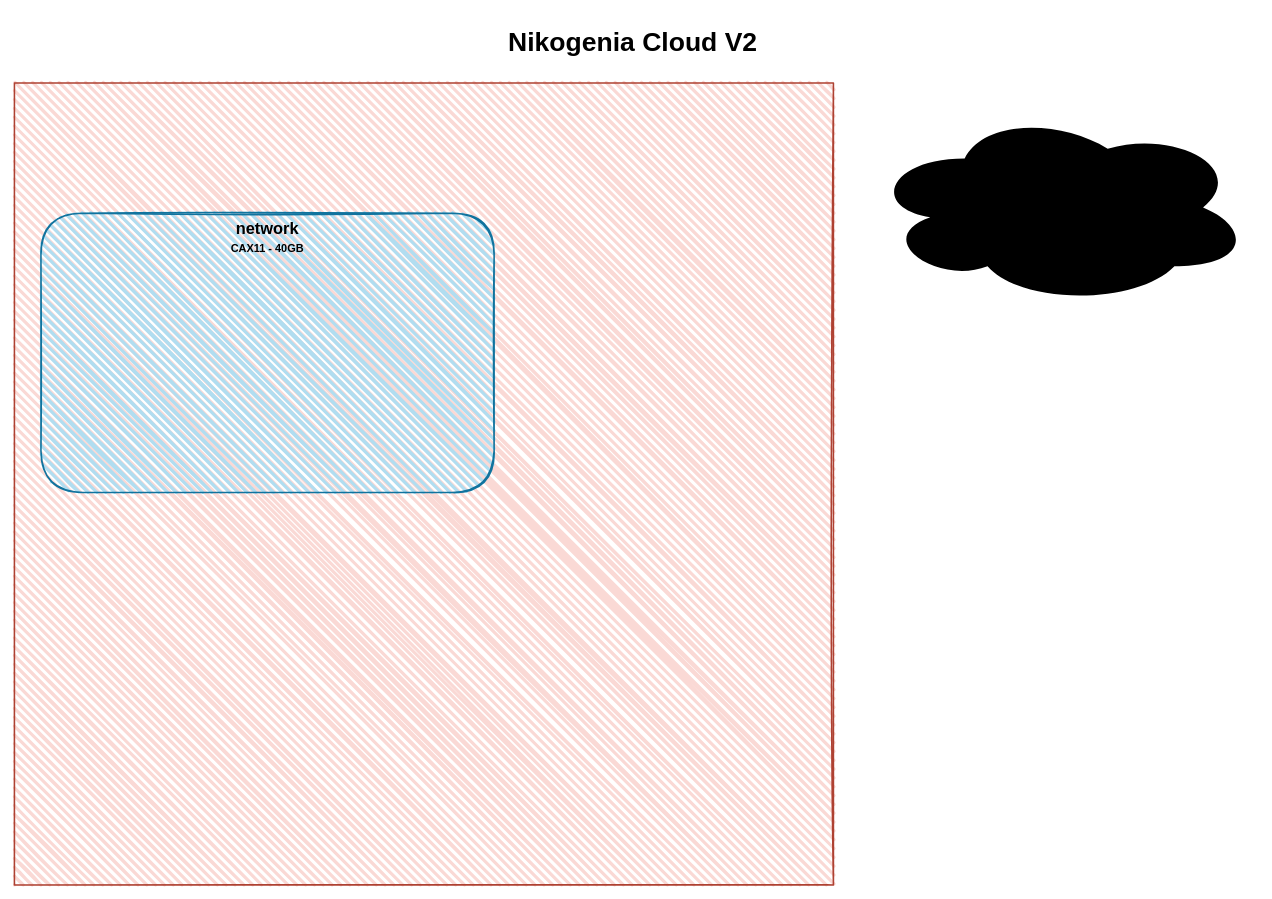
Earlier version of the draw.io diagram Nikogenia Cloud V2.drawio (Nikogenia/Draw). Source tidied: cells renumbered, new cells numbered last; positions are measured from the earlier drawing's top-left corner, leaving out a move shared by most shapes. Both pictures are drawn from the tidied source at 78%, with x=0, y=0 at pixel (14, 30). Pictures stored in the file or linked from it are replaced by grey dashed boxes.
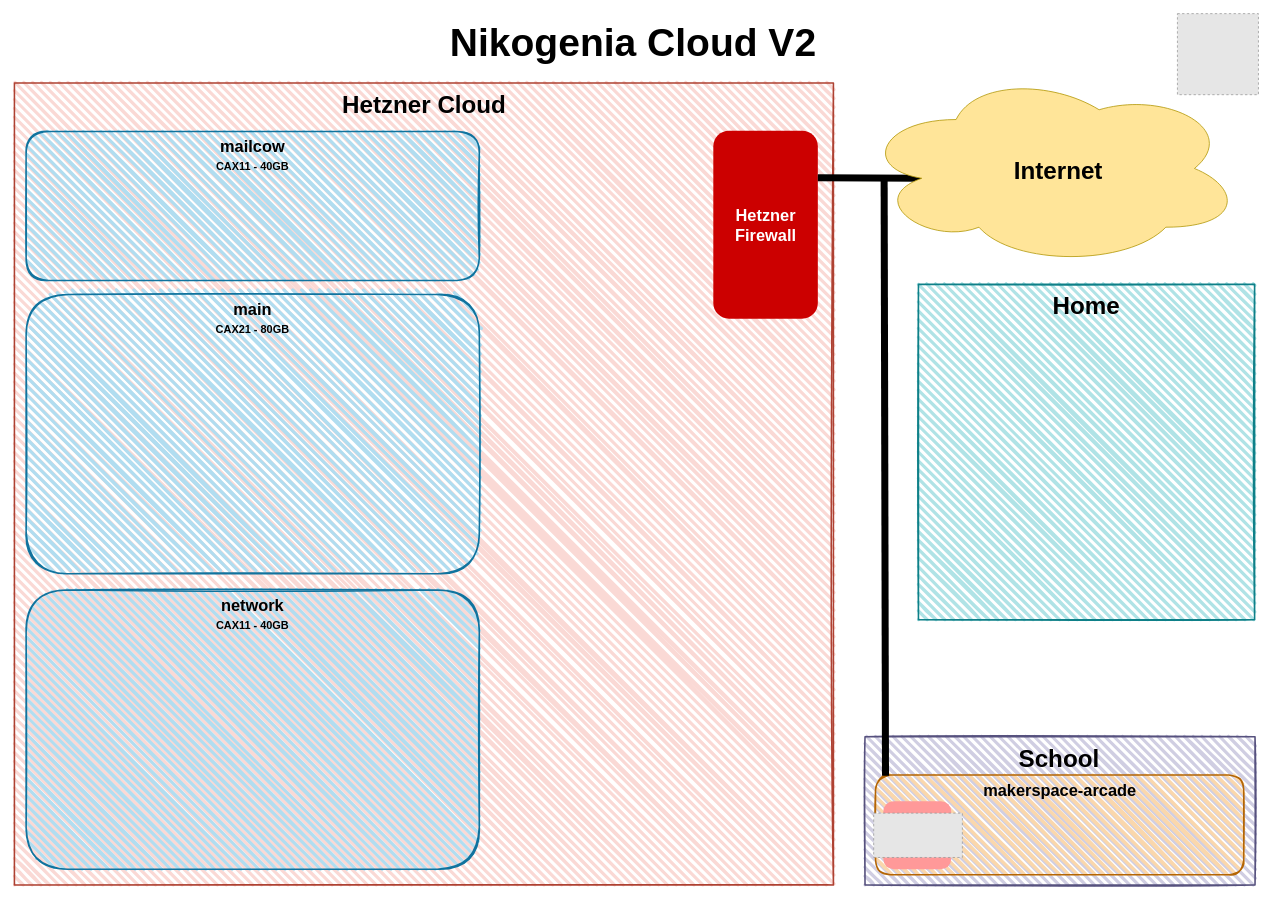
Above is the later version.

The edit, as a diff of the source:
```diff
@@
-    <mxCell id="3" value="&lt;font style=&quot;font-size: 34px;&quot;&gt;Nikogenia Cloud V2&lt;/font&gt;" style="text;html=1;align=center;verticalAlign=middle;whiteSpace=wrap;rounded=0;fontColor=#000000;strokeColor=none;fontStyle=1;fontFamily=Helvetica;" parent="1" vertex="1">
-      <mxGeometry x="623" width="340" height="30" as="geometry" />
+    <mxCell id="3" value="&lt;font style=&quot;font-size: 50px;&quot;&gt;Nikogenia Cloud V2&lt;/font&gt;" style="text;html=1;align=center;verticalAlign=middle;whiteSpace=wrap;rounded=0;fontColor=#000000;strokeColor=none;fontStyle=1;fontFamily=Helvetica;fontSize=50;" parent="1" vertex="1">
+      <mxGeometry x="394" y="1" width="799" height="30" as="geometry" />
     </mxCell>
     <mxCell id="4" style="rounded=1;whiteSpace=wrap;html=1;strokeWidth=2;fillWeight=4;hachureGap=8;hachureAngle=45;fillColor=#b1ddf0;sketch=1;strokeColor=#10739e;" parent="1" vertex="1">
-      <mxGeometry x="34" y="235" width="581" height="358" as="geometry" />
+      <mxGeometry x="15" y="717.9" width="581" height="358" as="geometry" />
     </mxCell>
-    <mxCell id="5" style="ellipse;shape=cloud;whiteSpace=wrap;html=1;fillColor=#000000;strokeColor=none;" parent="1" vertex="1">
-      <mxGeometry x="1096" y="102" width="489" height="251" as="geometry" />
-    </mxCell>
     <mxCell id="6" value="network" style="text;html=1;strokeColor=none;fillColor=none;align=center;verticalAlign=middle;whiteSpace=wrap;rounded=0;fontStyle=1;fontSize=21;" parent="1" vertex="1">
-      <mxGeometry x="192.2" y="239" width="264.5" height="30" as="geometry" />
+      <mxGeometry x="173.2" y="721.9" width="264.5" height="30" as="geometry" />
     </mxCell>
     <mxCell id="7" value="CAX11 - 40GB" style="text;html=1;strokeColor=none;fillColor=none;align=center;verticalAlign=middle;whiteSpace=wrap;rounded=0;fontStyle=1;fontSize=14;" parent="1" vertex="1">
-      <mxGeometry x="192.2" y="265" width="264.5" height="30" as="geometry" />
+      <mxGeometry x="173.2" y="747.9" width="264.5" height="30" as="geometry" />
     </mxCell>
+    <mxCell id="8" style="rounded=0;whiteSpace=wrap;html=1;strokeWidth=2;fillWeight=4;hachureGap=8;hachureAngle=45;fillColor=#b0e3e6;sketch=1;strokeColor=#0e8088;glass=0;" parent="1" vertex="1">
+      <mxGeometry x="1159" y="326" width="431" height="430" as="geometry" />
+    </mxCell>
+    <mxCell id="9" style="rounded=0;whiteSpace=wrap;html=1;strokeWidth=2;fillWeight=4;hachureGap=8;hachureAngle=45;fillColor=#d0cee2;sketch=1;strokeColor=#56517e;glass=0;" parent="1" vertex="1">
+      <mxGeometry x="1090.5" y="906" width="500" height="190" as="geometry" />
+    </mxCell>
+    <mxCell id="10" style="fillColor=#E6E6E6;strokeColor=#999999;dashed=1;verticalLabelPosition=bottom;labelBackgroundColor=default;verticalAlign=top;" parent="1" vertex="1">
+      <mxGeometry x="1491" y="-21" width="103.9" height="103.9" as="geometry" />
+    </mxCell>
+    <mxCell id="11" value="Hetzner Cloud" style="text;html=1;strokeColor=none;fillColor=none;align=center;verticalAlign=middle;whiteSpace=wrap;rounded=0;fontStyle=1;fontSize=31;" parent="1" vertex="1">
+      <mxGeometry x="392.8" y="81" width="264.5" height="30" as="geometry" />
+    </mxCell>
+    <mxCell id="12" value="Home" style="text;html=1;strokeColor=none;fillColor=none;align=center;verticalAlign=middle;whiteSpace=wrap;rounded=0;fontStyle=1;fontSize=31;" parent="1" vertex="1">
+      <mxGeometry x="1242.2" y="339" width="264.5" height="30" as="geometry" />
+    </mxCell>
+    <mxCell id="13" value="School" style="text;html=1;strokeColor=none;fillColor=none;align=center;verticalAlign=middle;whiteSpace=wrap;rounded=0;fontStyle=1;fontSize=31;" parent="1" vertex="1">
+      <mxGeometry x="1207" y="919" width="264.5" height="30" as="geometry" />
+    </mxCell>
+    <mxCell id="14" style="rounded=1;whiteSpace=wrap;html=1;strokeWidth=2;fillWeight=4;hachureGap=8;hachureAngle=45;fillColor=#fad7ac;sketch=1;strokeColor=#b46504;" parent="1" vertex="1">
+      <mxGeometry x="1104" y="955" width="472" height="128" as="geometry" />
+    </mxCell>
+    <mxCell id="15" value="makerspace-arcade" style="text;html=1;strokeColor=none;fillColor=none;align=center;verticalAlign=middle;whiteSpace=wrap;rounded=0;fontStyle=1;fontSize=21;" parent="1" vertex="1">
+      <mxGeometry x="1208.2" y="960" width="264.5" height="30" as="geometry" />
+    </mxCell>
+    <mxCell id="16" style="rounded=1;whiteSpace=wrap;html=1;strokeColor=none;fillColor=#FF9999;" parent="1" vertex="1">
+      <mxGeometry x="1114" y="988.9" width="87" height="87" as="geometry" />
+    </mxCell>
+    <mxCell id="17" style="fillColor=#E6E6E6;strokeColor=#999999;dashed=1;verticalLabelPosition=bottom;labelBackgroundColor=default;verticalAlign=top;" parent="1" vertex="1">
+      <mxGeometry x="1101.6" y="1004" width="113.7" height="56.8" as="geometry" />
+    </mxCell>
+    <mxCell id="18" style="rounded=1;whiteSpace=wrap;html=1;strokeColor=none;fillColor=#CC0000;" parent="1" vertex="1">
+      <mxGeometry x="896" y="129" width="134" height="241" as="geometry" />
+    </mxCell>
+    <mxCell id="19" value="&lt;font color=&quot;#ffffff&quot;&gt;Hetzner&lt;br&gt;Firewall&lt;/font&gt;" style="text;html=1;strokeColor=none;fillColor=none;align=center;verticalAlign=middle;whiteSpace=wrap;rounded=0;fontStyle=1;fontSize=21;" parent="1" vertex="1">
+      <mxGeometry x="830.8" y="234.5" width="264.5" height="30" as="geometry" />
+    </mxCell>
+    <mxCell id="20" style="rounded=1;whiteSpace=wrap;html=1;strokeWidth=2;fillWeight=4;hachureGap=8;hachureAngle=45;fillColor=#b1ddf0;sketch=1;strokeColor=#10739e;" parent="1" vertex="1">
+      <mxGeometry x="15" y="339" width="581" height="358" as="geometry" />
+    </mxCell>
+    <mxCell id="21" value="main" style="text;html=1;strokeColor=none;fillColor=none;align=center;verticalAlign=middle;whiteSpace=wrap;rounded=0;fontStyle=1;fontSize=21;" parent="1" vertex="1">
+      <mxGeometry x="173.2" y="343" width="264.5" height="30" as="geometry" />
+    </mxCell>
+    <mxCell id="22" value="CAX21 - 80GB" style="text;html=1;strokeColor=none;fillColor=none;align=center;verticalAlign=middle;whiteSpace=wrap;rounded=0;fontStyle=1;fontSize=14;" parent="1" vertex="1">
+      <mxGeometry x="173.2" y="369" width="264.5" height="30" as="geometry" />
+    </mxCell>
+    <mxCell id="23" style="rounded=1;whiteSpace=wrap;html=1;strokeWidth=2;fillWeight=4;hachureGap=8;hachureAngle=45;fillColor=#b1ddf0;sketch=1;strokeColor=#10739e;" parent="1" vertex="1">
+      <mxGeometry x="15" y="130" width="581" height="191" as="geometry" />
+    </mxCell>
+    <mxCell id="24" value="mailcow" style="text;html=1;strokeColor=none;fillColor=none;align=center;verticalAlign=middle;whiteSpace=wrap;rounded=0;fontStyle=1;fontSize=21;" parent="1" vertex="1">
+      <mxGeometry x="173.2" y="134" width="264.5" height="30" as="geometry" />
+    </mxCell>
+    <mxCell id="25" value="CAX11 - 40GB" style="text;html=1;strokeColor=none;fillColor=none;align=center;verticalAlign=middle;whiteSpace=wrap;rounded=0;fontStyle=1;fontSize=14;" parent="1" vertex="1">
+      <mxGeometry x="173.2" y="160" width="264.5" height="30" as="geometry" />
+    </mxCell>
+    <mxCell id="26" style="endArrow=none;html=1;exitX=1;exitY=0.25;exitDx=0;exitDy=0;rounded=0;strokeWidth=9;entryX=0.16;entryY=0.55;entryDx=0;entryDy=0;entryPerimeter=0;" parent="1" edge="1" source="18" target="5">
+      <mxGeometry relative="1" as="geometry" />
+    </mxCell>
+    <mxCell id="5" style="ellipse;shape=cloud;whiteSpace=wrap;html=1;fillColor=#FFE599;strokeColor=#B09500;fontColor=#000000;" parent="1" vertex="1">
+      <mxGeometry x="1085" y="52" width="489" height="251" as="geometry" />
+    </mxCell>
+    <mxCell id="27" value="Internet" style="text;html=1;strokeColor=none;fillColor=none;align=center;verticalAlign=middle;whiteSpace=wrap;rounded=0;fontStyle=1;fontSize=31;" parent="1" vertex="1">
+      <mxGeometry x="1206.2" y="165" width="264.5" height="30" as="geometry" />
+    </mxCell>
+    <mxCell id="28" style="endArrow=none;html=1;strokeWidth=9;entryX=0.027;entryY=0.009;entryDx=0;entryDy=0;entryPerimeter=0;rounded=0;" parent="1" edge="1" target="14">
+      <mxGeometry relative="1" as="geometry">
+        <mxPoint x="1115" y="191" as="sourcePoint" />
+      </mxGeometry>
+    </mxCell>
```
